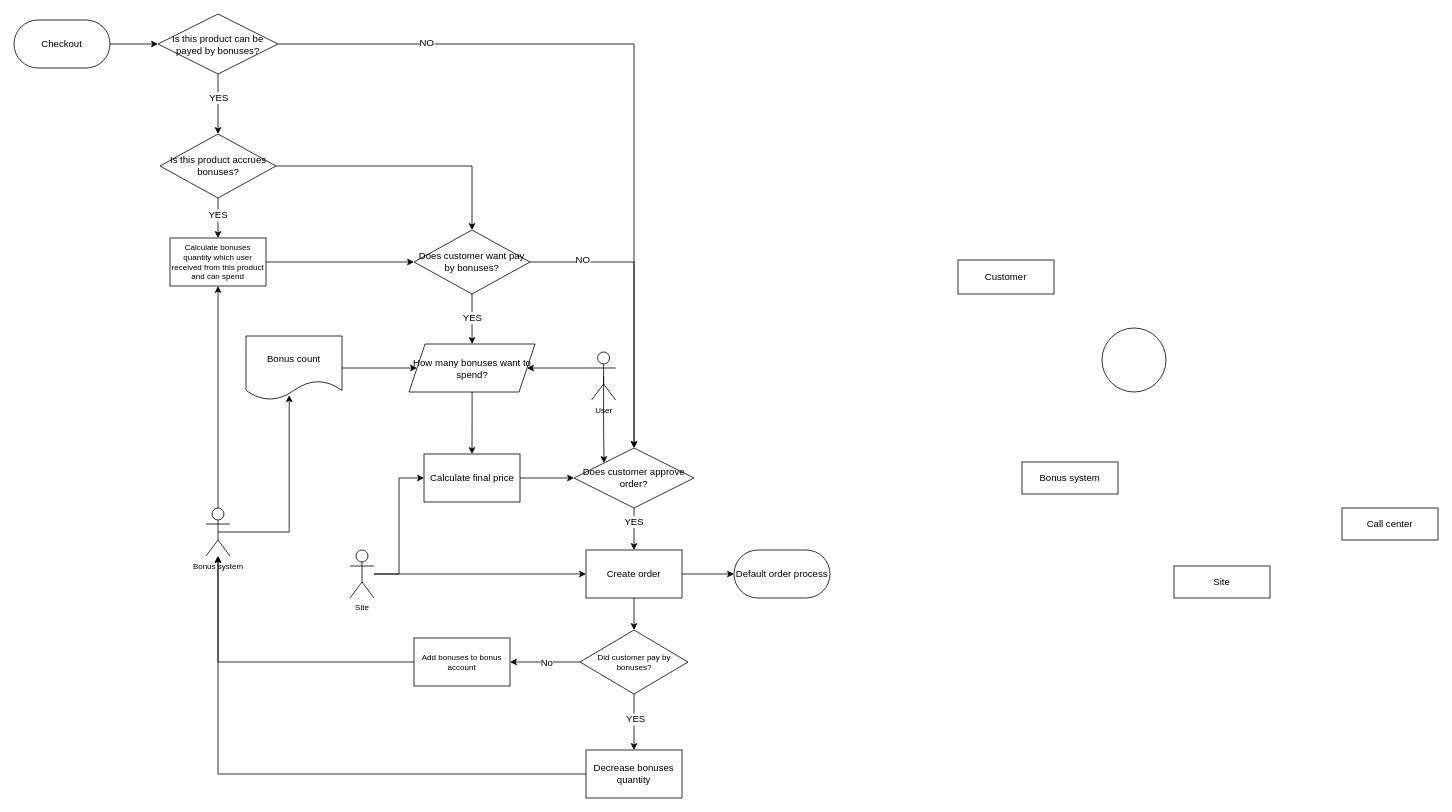
Above: block.drawio in incfl0w/drawio (draw.io), before the change. Source tidied: cells renumbered, new cells numbered last; positions are measured from the earlier drawing's top-left corner, leaving out a move shared by most shapes. Both pictures are drawn from the tidied source at 80%, with x=0, y=0 at pixel (14, 14).
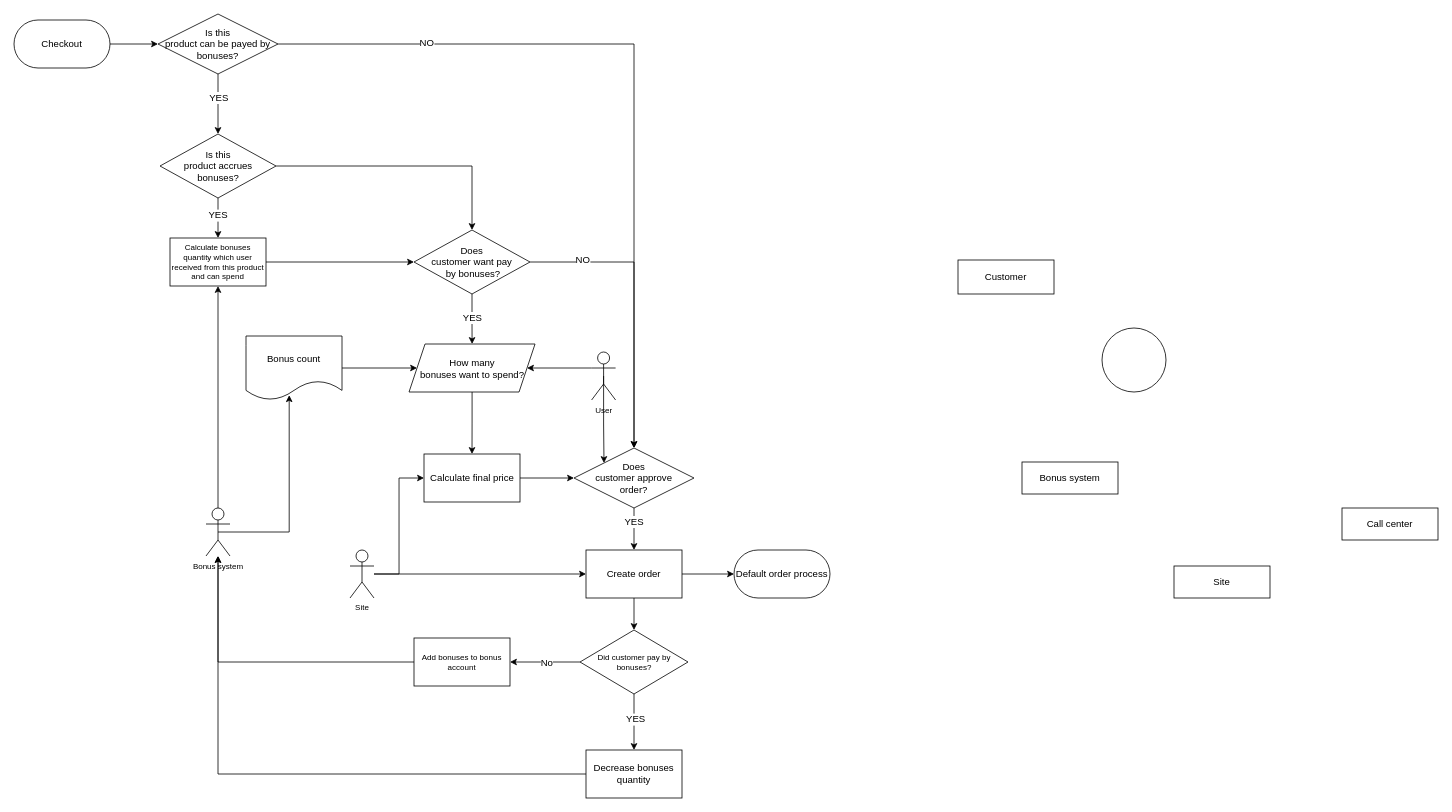
The same diagram, later.

Diff of the diagram source:
```diff
@@
-    <mxCell id="8" value="Is this product can be payed by bonuses?" style="rhombus;whiteSpace=wrap;html=1;fontSize=12;" parent="1" vertex="1">
+    <mxCell id="8" value="Is this &lt;br&gt;product can be payed by bonuses?" style="rhombus;whiteSpace=wrap;html=1;fontSize=12;" parent="1" vertex="1">
       <mxGeometry x="180" width="150" height="75" as="geometry" />
     </mxCell>
@@
-    <mxCell id="12" value="Is this product accrues bonuses?&lt;span data-lucid-content=&quot;{&amp;quot;t&amp;quot;:&amp;quot;Is this product accrues bonuses?&amp;quot;,&amp;quot;m&amp;quot;:[{&amp;quot;s&amp;quot;:0,&amp;quot;n&amp;quot;:&amp;quot;mt&amp;quot;,&amp;quot;v&amp;quot;:3.708},{&amp;quot;s&amp;quot;:0,&amp;quot;n&amp;quot;:&amp;quot;fl&amp;quot;,&amp;quot;v&amp;quot;:12.977},{&amp;quot;s&amp;quot;:0,&amp;quot;n&amp;quot;:&amp;quot;il&amp;quot;,&amp;quot;v&amp;quot;:12.977},{&amp;quot;s&amp;quot;:0,&amp;quot;n&amp;quot;:&amp;quot;ir&amp;quot;,&amp;quot;v&amp;quot;:12.977},{&amp;quot;s&amp;quot;:0,&amp;quot;n&amp;quot;:&amp;quot;a&amp;quot;,&amp;quot;v&amp;quot;:&amp;quot;center&amp;quot;},{&amp;quot;s&amp;quot;:0,&amp;quot;n&amp;quot;:&amp;quot;fc&amp;quot;,&amp;quot;v&amp;quot;:&amp;quot;Regular&amp;quot;,&amp;quot;e&amp;quot;:32},{&amp;quot;s&amp;quot;:0,&amp;quot;n&amp;quot;:&amp;quot;s&amp;quot;,&amp;quot;v&amp;quot;:18.022927923937758,&amp;quot;e&amp;quot;:32},{&amp;quot;s&amp;quot;:0,&amp;quot;n&amp;quot;:&amp;quot;c&amp;quot;,&amp;quot;v&amp;quot;:&amp;quot;#000000ff&amp;quot;,&amp;quot;e&amp;quot;:32}]}&quot; style=&quot;font-size: 12px;&quot;&gt;&lt;/span&gt;&lt;span data-lucid-content=&quot;{&amp;quot;t&amp;quot;:&amp;quot;Is this product accrues bonuses?&amp;quot;,&amp;quot;m&amp;quot;:[{&amp;quot;s&amp;quot;:0,&amp;quot;n&amp;quot;:&amp;quot;mt&amp;quot;,&amp;quot;v&amp;quot;:3.708},{&amp;quot;s&amp;quot;:0,&amp;quot;n&amp;quot;:&amp;quot;fl&amp;quot;,&amp;quot;v&amp;quot;:12.977},{&amp;quot;s&amp;quot;:0,&amp;quot;n&amp;quot;:&amp;quot;il&amp;quot;,&amp;quot;v&amp;quot;:12.977},{&amp;quot;s&amp;quot;:0,&amp;quot;n&amp;quot;:&amp;quot;ir&amp;quot;,&amp;quot;v&amp;quot;:12.977},{&amp;quot;s&amp;quot;:0,&amp;quot;n&amp;quot;:&amp;quot;a&amp;quot;,&amp;quot;v&amp;quot;:&amp;quot;center&amp;quot;},{&amp;quot;s&amp;quot;:0,&amp;quot;n&amp;quot;:&amp;quot;fc&amp;quot;,&amp;quot;v&amp;quot;:&amp;quot;Regular&amp;quot;,&amp;quot;e&amp;quot;:32},{&amp;quot;s&amp;quot;:0,&amp;quot;n&amp;quot;:&amp;quot;s&amp;quot;,&amp;quot;v&amp;quot;:18.022927923937758,&amp;quot;e&amp;quot;:32},{&amp;quot;s&amp;quot;:0,&amp;quot;n&amp;quot;:&amp;quot;c&amp;quot;,&amp;quot;v&amp;quot;:&amp;quot;#000000ff&amp;quot;,&amp;quot;e&amp;quot;:32}]}&quot; style=&quot;font-size: 12px;&quot;&gt;&lt;/span&gt;&lt;span data-lucid-content=&quot;{&amp;quot;t&amp;quot;:&amp;quot;Is this product accrues bonuses?&amp;quot;,&amp;quot;m&amp;quot;:[{&amp;quot;s&amp;quot;:0,&amp;quot;n&amp;quot;:&amp;quot;mt&amp;quot;,&amp;quot;v&amp;quot;:3.708},{&amp;quot;s&amp;quot;:0,&amp;quot;n&amp;quot;:&amp;quot;fl&amp;quot;,&amp;quot;v&amp;quot;:12.977},{&amp;quot;s&amp;quot;:0,&amp;quot;n&amp;quot;:&amp;quot;il&amp;quot;,&amp;quot;v&amp;quot;:12.977},{&amp;quot;s&amp;quot;:0,&amp;quot;n&amp;quot;:&amp;quot;ir&amp;quot;,&amp;quot;v&amp;quot;:12.977},{&amp;quot;s&amp;quot;:0,&amp;quot;n&amp;quot;:&amp;quot;a&amp;quot;,&amp;quot;v&amp;quot;:&amp;quot;center&amp;quot;},{&amp;quot;s&amp;quot;:0,&amp;quot;n&amp;quot;:&amp;quot;fc&amp;quot;,&amp;quot;v&amp;quot;:&amp;quot;Regular&amp;quot;,&amp;quot;e&amp;quot;:32},{&amp;quot;s&amp;quot;:0,&amp;quot;n&amp;quot;:&amp;quot;s&amp;quot;,&amp;quot;v&amp;quot;:18.022927923937758,&amp;quot;e&amp;quot;:32},{&amp;quot;s&amp;quot;:0,&amp;quot;n&amp;quot;:&amp;quot;c&amp;quot;,&amp;quot;v&amp;quot;:&amp;quot;#000000ff&amp;quot;,&amp;quot;e&amp;quot;:32}]}&quot; style=&quot;font-size: 12px;&quot;&gt;&lt;/span&gt;&lt;span data-lucid-content=&quot;{&amp;quot;t&amp;quot;:&amp;quot;Is this product accrues bonuses?&amp;quot;,&amp;quot;m&amp;quot;:[{&amp;quot;s&amp;quot;:0,&amp;quot;n&amp;quot;:&amp;quot;mt&amp;quot;,&amp;quot;v&amp;quot;:3.708},{&amp;quot;s&amp;quot;:0,&amp;quot;n&amp;quot;:&amp;quot;fl&amp;quot;,&amp;quot;v&amp;quot;:12.977},{&amp;quot;s&amp;quot;:0,&amp;quot;n&amp;quot;:&amp;quot;il&amp;quot;,&amp;quot;v&amp;quot;:12.977},{&amp;quot;s&amp;quot;:0,&amp;quot;n&amp;quot;:&amp;quot;ir&amp;quot;,&amp;quot;v&amp;quot;:12.977},{&amp;quot;s&amp;quot;:0,&amp;quot;n&amp;quot;:&amp;quot;a&amp;quot;,&amp;quot;v&amp;quot;:&amp;quot;center&amp;quot;},{&amp;quot;s&amp;quot;:0,&amp;quot;n&amp;quot;:&amp;quot;fc&amp;quot;,&amp;quot;v&amp;quot;:&amp;quot;Regular&amp;quot;,&amp;quot;e&amp;quot;:32},{&amp;quot;s&amp;quot;:0,&amp;quot;n&amp;quot;:&amp;quot;s&amp;quot;,&amp;quot;v&amp;quot;:18.022927923937758,&amp;quot;e&amp;quot;:32},{&amp;quot;s&amp;quot;:0,&amp;quot;n&amp;quot;:&amp;quot;c&amp;quot;,&amp;quot;v&amp;quot;:&amp;quot;#000000ff&amp;quot;,&amp;quot;e&amp;quot;:32}]}&quot; style=&quot;font-size: 12px;&quot;&gt;&lt;/span&gt;&lt;span data-lucid-content=&quot;{&amp;quot;t&amp;quot;:&amp;quot;Is this product accrues bonuses?&amp;quot;,&amp;quot;m&amp;quot;:[{&amp;quot;s&amp;quot;:0,&amp;quot;n&amp;quot;:&amp;quot;mt&amp;quot;,&amp;quot;v&amp;quot;:3.708},{&amp;quot;s&amp;quot;:0,&amp;quot;n&amp;quot;:&amp;quot;fl&amp;quot;,&amp;quot;v&amp;quot;:12.977},{&amp;quot;s&amp;quot;:0,&amp;quot;n&amp;quot;:&amp;quot;il&amp;quot;,&amp;quot;v&amp;quot;:12.977},{&amp;quot;s&amp;quot;:0,&amp;quot;n&amp;quot;:&amp;quot;ir&amp;quot;,&amp;quot;v&amp;quot;:12.977},{&amp;quot;s&amp;quot;:0,&amp;quot;n&amp;quot;:&amp;quot;a&amp;quot;,&amp;quot;v&amp;quot;:&amp;quot;center&amp;quot;},{&amp;quot;s&amp;quot;:0,&amp;quot;n&amp;quot;:&amp;quot;fc&amp;quot;,&amp;quot;v&amp;quot;:&amp;quot;Regular&amp;quot;,&amp;quot;e&amp;quot;:32},{&amp;quot;s&amp;quot;:0,&amp;quot;n&amp;quot;:&amp;quot;s&amp;quot;,&amp;quot;v&amp;quot;:18.022927923937758,&amp;quot;e&amp;quot;:32},{&amp;quot;s&amp;quot;:0,&amp;quot;n&amp;quot;:&amp;quot;c&amp;quot;,&amp;quot;v&amp;quot;:&amp;quot;#000000ff&amp;quot;,&amp;quot;e&amp;quot;:32}]}&quot; style=&quot;font-size: 12px;&quot;&gt;&lt;/span&gt;&lt;span data-lucid-content=&quot;{&amp;quot;t&amp;quot;:&amp;quot;Is this product accrues bonuses?&amp;quot;,&amp;quot;m&amp;quot;:[{&amp;quot;s&amp;quot;:0,&amp;quot;n&amp;quot;:&amp;quot;mt&amp;quot;,&amp;quot;v&amp;quot;:3.708},{&amp;quot;s&amp;quot;:0,&amp;quot;n&amp;quot;:&amp;quot;fl&amp;quot;,&amp;quot;v&amp;quot;:12.977},{&amp;quot;s&amp;quot;:0,&amp;quot;n&amp;quot;:&amp;quot;il&amp;quot;,&amp;quot;v&amp;quot;:12.977},{&amp;quot;s&amp;quot;:0,&amp;quot;n&amp;quot;:&amp;quot;ir&amp;quot;,&amp;quot;v&amp;quot;:12.977},{&amp;quot;s&amp;quot;:0,&amp;quot;n&amp;quot;:&amp;quot;a&amp;quot;,&amp;quot;v&amp;quot;:&amp;quot;center&amp;quot;},{&amp;quot;s&amp;quot;:0,&amp;quot;n&amp;quot;:&amp;quot;fc&amp;quot;,&amp;quot;v&amp;quot;:&amp;quot;Regular&amp;quot;,&amp;quot;e&amp;quot;:32},{&amp;quot;s&amp;quot;:0,&amp;quot;n&amp;quot;:&amp;quot;s&amp;quot;,&amp;quot;v&amp;quot;:18.022927923937758,&amp;quot;e&amp;quot;:32},{&amp;quot;s&amp;quot;:0,&amp;quot;n&amp;quot;:&amp;quot;c&amp;quot;,&amp;quot;v&amp;quot;:&amp;quot;#000000ff&amp;quot;,&amp;quot;e&amp;quot;:32}]}&quot; style=&quot;font-size: 12px;&quot;&gt;&lt;/span&gt;&lt;span data-lucid-content=&quot;{&amp;quot;t&amp;quot;:&amp;quot;Is this product accrues bonuses?&amp;quot;,&amp;quot;m&amp;quot;:[{&amp;quot;s&amp;quot;:0,&amp;quot;n&amp;quot;:&amp;quot;mt&amp;quot;,&amp;quot;v&amp;quot;:3.708},{&amp;quot;s&amp;quot;:0,&amp;quot;n&amp;quot;:&amp;quot;fl&amp;quot;,&amp;quot;v&amp;quot;:12.977},{&amp;quot;s&amp;quot;:0,&amp;quot;n&amp;quot;:&amp;quot;il&amp;quot;,&amp;quot;v&amp;quot;:12.977},{&amp;quot;s&amp;quot;:0,&amp;quot;n&amp;quot;:&amp;quot;ir&amp;quot;,&amp;quot;v&amp;quot;:12.977},{&amp;quot;s&amp;quot;:0,&amp;quot;n&amp;quot;:&amp;quot;a&amp;quot;,&amp;quot;v&amp;quot;:&amp;quot;center&amp;quot;},{&amp;quot;s&amp;quot;:0,&amp;quot;n&amp;quot;:&amp;quot;fc&amp;quot;,&amp;quot;v&amp;quot;:&amp;quot;Regular&amp;quot;,&amp;quot;e&amp;quot;:32},{&amp;quot;s&amp;quot;:0,&amp;quot;n&amp;quot;:&amp;quot;s&amp;quot;,&amp;quot;v&amp;quot;:18.022927923937758,&amp;quot;e&amp;quot;:32},{&amp;quot;s&amp;quot;:0,&amp;quot;n&amp;quot;:&amp;quot;c&amp;quot;,&amp;quot;v&amp;quot;:&amp;quot;#000000ff&amp;quot;,&amp;quot;e&amp;quot;:32}]}&quot; style=&quot;font-size: 12px;&quot;&gt;&lt;/span&gt;&lt;span data-lucid-content=&quot;{&amp;quot;t&amp;quot;:&amp;quot;Is this product accrues bonuses?&amp;quot;,&amp;quot;m&amp;quot;:[{&amp;quot;s&amp;quot;:0,&amp;quot;n&amp;quot;:&amp;quot;mt&amp;quot;,&amp;quot;v&amp;quot;:3.708},{&amp;quot;s&amp;quot;:0,&amp;quot;n&amp;quot;:&amp;quot;fl&amp;quot;,&amp;quot;v&amp;quot;:12.977},{&amp;quot;s&amp;quot;:0,&amp;quot;n&amp;quot;:&amp;quot;il&amp;quot;,&amp;quot;v&amp;quot;:12.977},{&amp;quot;s&amp;quot;:0,&amp;quot;n&amp;quot;:&amp;quot;ir&amp;quot;,&amp;quot;v&amp;quot;:12.977},{&amp;quot;s&amp;quot;:0,&amp;quot;n&amp;quot;:&amp;quot;a&amp;quot;,&amp;quot;v&amp;quot;:&amp;quot;center&amp;quot;},{&amp;quot;s&amp;quot;:0,&amp;quot;n&amp;quot;:&amp;quot;fc&amp;quot;,&amp;quot;v&amp;quot;:&amp;quot;Regular&amp;quot;,&amp;quot;e&amp;quot;:32},{&amp;quot;s&amp;quot;:0,&amp;quot;n&amp;quot;:&amp;quot;s&amp;quot;,&amp;quot;v&amp;quot;:18.022927923937758,&amp;quot;e&amp;quot;:32},{&amp;quot;s&amp;quot;:0,&amp;quot;n&amp;quot;:&amp;quot;c&amp;quot;,&amp;quot;v&amp;quot;:&amp;quot;#000000ff&amp;quot;,&amp;quot;e&amp;quot;:32}]}&quot; style=&quot;font-size: 12px;&quot;&gt;&lt;/span&gt;" style="rhombus;whiteSpace=wrap;html=1;fontSize=12;" parent="1" vertex="1">
+    <mxCell id="12" value="Is this &lt;br&gt;product accrues &lt;br&gt;bonuses?&lt;span data-lucid-content=&quot;{&amp;quot;t&amp;quot;:&amp;quot;Is this product accrues bonuses?&amp;quot;,&amp;quot;m&amp;quot;:[{&amp;quot;s&amp;quot;:0,&amp;quot;n&amp;quot;:&amp;quot;mt&amp;quot;,&amp;quot;v&amp;quot;:3.708},{&amp;quot;s&amp;quot;:0,&amp;quot;n&amp;quot;:&amp;quot;fl&amp;quot;,&amp;quot;v&amp;quot;:12.977},{&amp;quot;s&amp;quot;:0,&amp;quot;n&amp;quot;:&amp;quot;il&amp;quot;,&amp;quot;v&amp;quot;:12.977},{&amp;quot;s&amp;quot;:0,&amp;quot;n&amp;quot;:&amp;quot;ir&amp;quot;,&amp;quot;v&amp;quot;:12.977},{&amp;quot;s&amp;quot;:0,&amp;quot;n&amp;quot;:&amp;quot;a&amp;quot;,&amp;quot;v&amp;quot;:&amp;quot;center&amp;quot;},{&amp;quot;s&amp;quot;:0,&amp;quot;n&amp;quot;:&amp;quot;fc&amp;quot;,&amp;quot;v&amp;quot;:&amp;quot;Regular&amp;quot;,&amp;quot;e&amp;quot;:32},{&amp;quot;s&amp;quot;:0,&amp;quot;n&amp;quot;:&amp;quot;s&amp;quot;,&amp;quot;v&amp;quot;:18.022927923937758,&amp;quot;e&amp;quot;:32},{&amp;quot;s&amp;quot;:0,&amp;quot;n&amp;quot;:&amp;quot;c&amp;quot;,&amp;quot;v&amp;quot;:&amp;quot;#000000ff&amp;quot;,&amp;quot;e&amp;quot;:32}]}&quot; style=&quot;font-size: 12px;&quot;&gt;&lt;/span&gt;&lt;span data-lucid-content=&quot;{&amp;quot;t&amp;quot;:&amp;quot;Is this product accrues bonuses?&amp;quot;,&amp;quot;m&amp;quot;:[{&amp;quot;s&amp;quot;:0,&amp;quot;n&amp;quot;:&amp;quot;mt&amp;quot;,&amp;quot;v&amp;quot;:3.708},{&amp;quot;s&amp;quot;:0,&amp;quot;n&amp;quot;:&amp;quot;fl&amp;quot;,&amp;quot;v&amp;quot;:12.977},{&amp;quot;s&amp;quot;:0,&amp;quot;n&amp;quot;:&amp;quot;il&amp;quot;,&amp;quot;v&amp;quot;:12.977},{&amp;quot;s&amp;quot;:0,&amp;quot;n&amp;quot;:&amp;quot;ir&amp;quot;,&amp;quot;v&amp;quot;:12.977},{&amp;quot;s&amp;quot;:0,&amp;quot;n&amp;quot;:&amp;quot;a&amp;quot;,&amp;quot;v&amp;quot;:&amp;quot;center&amp;quot;},{&amp;quot;s&amp;quot;:0,&amp;quot;n&amp;quot;:&amp;quot;fc&amp;quot;,&amp;quot;v&amp;quot;:&amp;quot;Regular&amp;quot;,&amp;quot;e&amp;quot;:32},{&amp;quot;s&amp;quot;:0,&amp;quot;n&amp;quot;:&amp;quot;s&amp;quot;,&amp;quot;v&amp;quot;:18.022927923937758,&amp;quot;e&amp;quot;:32},{&amp;quot;s&amp;quot;:0,&amp;quot;n&amp;quot;:&amp;quot;c&amp;quot;,&amp;quot;v&amp;quot;:&amp;quot;#000000ff&amp;quot;,&amp;quot;e&amp;quot;:32}]}&quot; style=&quot;font-size: 12px;&quot;&gt;&lt;/span&gt;&lt;span data-lucid-content=&quot;{&amp;quot;t&amp;quot;:&amp;quot;Is this product accrues bonuses?&amp;quot;,&amp;quot;m&amp;quot;:[{&amp;quot;s&amp;quot;:0,&amp;quot;n&amp;quot;:&amp;quot;mt&amp;quot;,&amp;quot;v&amp;quot;:3.708},{&amp;quot;s&amp;quot;:0,&amp;quot;n&amp;quot;:&amp;quot;fl&amp;quot;,&amp;quot;v&amp;quot;:12.977},{&amp;quot;s&amp;quot;:0,&amp;quot;n&amp;quot;:&amp;quot;il&amp;quot;,&amp;quot;v&amp;quot;:12.977},{&amp;quot;s&amp;quot;:0,&amp;quot;n&amp;quot;:&amp;quot;ir&amp;quot;,&amp;quot;v&amp;quot;:12.977},{&amp;quot;s&amp;quot;:0,&amp;quot;n&amp;quot;:&amp;quot;a&amp;quot;,&amp;quot;v&amp;quot;:&amp;quot;center&amp;quot;},{&amp;quot;s&amp;quot;:0,&amp;quot;n&amp;quot;:&amp;quot;fc&amp;quot;,&amp;quot;v&amp;quot;:&amp;quot;Regular&amp;quot;,&amp;quot;e&amp;quot;:32},{&amp;quot;s&amp;quot;:0,&amp;quot;n&amp;quot;:&amp;quot;s&amp;quot;,&amp;quot;v&amp;quot;:18.022927923937758,&amp;quot;e&amp;quot;:32},{&amp;quot;s&amp;quot;:0,&amp;quot;n&amp;quot;:&amp;quot;c&amp;quot;,&amp;quot;v&amp;quot;:&amp;quot;#000000ff&amp;quot;,&amp;quot;e&amp;quot;:32}]}&quot; style=&quot;font-size: 12px;&quot;&gt;&lt;/span&gt;&lt;span data-lucid-content=&quot;{&amp;quot;t&amp;quot;:&amp;quot;Is this product accrues bonuses?&amp;quot;,&amp;quot;m&amp;quot;:[{&amp;quot;s&amp;quot;:0,&amp;quot;n&amp;quot;:&amp;quot;mt&amp;quot;,&amp;quot;v&amp;quot;:3.708},{&amp;quot;s&amp;quot;:0,&amp;quot;n&amp;quot;:&amp;quot;fl&amp;quot;,&amp;quot;v&amp;quot;:12.977},{&amp;quot;s&amp;quot;:0,&amp;quot;n&amp;quot;:&amp;quot;il&amp;quot;,&amp;quot;v&amp;quot;:12.977},{&amp;quot;s&amp;quot;:0,&amp;quot;n&amp;quot;:&amp;quot;ir&amp;quot;,&amp;quot;v&amp;quot;:12.977},{&amp;quot;s&amp;quot;:0,&amp;quot;n&amp;quot;:&amp;quot;a&amp;quot;,&amp;quot;v&amp;quot;:&amp;quot;center&amp;quot;},{&amp;quot;s&amp;quot;:0,&amp;quot;n&amp;quot;:&amp;quot;fc&amp;quot;,&amp;quot;v&amp;quot;:&amp;quot;Regular&amp;quot;,&amp;quot;e&amp;quot;:32},{&amp;quot;s&amp;quot;:0,&amp;quot;n&amp;quot;:&amp;quot;s&amp;quot;,&amp;quot;v&amp;quot;:18.022927923937758,&amp;quot;e&amp;quot;:32},{&amp;quot;s&amp;quot;:0,&amp;quot;n&amp;quot;:&amp;quot;c&amp;quot;,&amp;quot;v&amp;quot;:&amp;quot;#000000ff&amp;quot;,&amp;quot;e&amp;quot;:32}]}&quot; style=&quot;font-size: 12px;&quot;&gt;&lt;/span&gt;&lt;span data-lucid-content=&quot;{&amp;quot;t&amp;quot;:&amp;quot;Is this product accrues bonuses?&amp;quot;,&amp;quot;m&amp;quot;:[{&amp;quot;s&amp;quot;:0,&amp;quot;n&amp;quot;:&amp;quot;mt&amp;quot;,&amp;quot;v&amp;quot;:3.708},{&amp;quot;s&amp;quot;:0,&amp;quot;n&amp;quot;:&amp;quot;fl&amp;quot;,&amp;quot;v&amp;quot;:12.977},{&amp;quot;s&amp;quot;:0,&amp;quot;n&amp;quot;:&amp;quot;il&amp;quot;,&amp;quot;v&amp;quot;:12.977},{&amp;quot;s&amp;quot;:0,&amp;quot;n&amp;quot;:&amp;quot;ir&amp;quot;,&amp;quot;v&amp;quot;:12.977},{&amp;quot;s&amp;quot;:0,&amp;quot;n&amp;quot;:&amp;quot;a&amp;quot;,&amp;quot;v&amp;quot;:&amp;quot;center&amp;quot;},{&amp;quot;s&amp;quot;:0,&amp;quot;n&amp;quot;:&amp;quot;fc&amp;quot;,&amp;quot;v&amp;quot;:&amp;quot;Regular&amp;quot;,&amp;quot;e&amp;quot;:32},{&amp;quot;s&amp;quot;:0,&amp;quot;n&amp;quot;:&amp;quot;s&amp;quot;,&amp;quot;v&amp;quot;:18.022927923937758,&amp;quot;e&amp;quot;:32},{&amp;quot;s&amp;quot;:0,&amp;quot;n&amp;quot;:&amp;quot;c&amp;quot;,&amp;quot;v&amp;quot;:&amp;quot;#000000ff&amp;quot;,&amp;quot;e&amp;quot;:32}]}&quot; style=&quot;font-size: 12px;&quot;&gt;&lt;/span&gt;&lt;span data-lucid-content=&quot;{&amp;quot;t&amp;quot;:&amp;quot;Is this product accrues bonuses?&amp;quot;,&amp;quot;m&amp;quot;:[{&amp;quot;s&amp;quot;:0,&amp;quot;n&amp;quot;:&amp;quot;mt&amp;quot;,&amp;quot;v&amp;quot;:3.708},{&amp;quot;s&amp;quot;:0,&amp;quot;n&amp;quot;:&amp;quot;fl&amp;quot;,&amp;quot;v&amp;quot;:12.977},{&amp;quot;s&amp;quot;:0,&amp;quot;n&amp;quot;:&amp;quot;il&amp;quot;,&amp;quot;v&amp;quot;:12.977},{&amp;quot;s&amp;quot;:0,&amp;quot;n&amp;quot;:&amp;quot;ir&amp;quot;,&amp;quot;v&amp;quot;:12.977},{&amp;quot;s&amp;quot;:0,&amp;quot;n&amp;quot;:&amp;quot;a&amp;quot;,&amp;quot;v&amp;quot;:&amp;quot;center&amp;quot;},{&amp;quot;s&amp;quot;:0,&amp;quot;n&amp;quot;:&amp;quot;fc&amp;quot;,&amp;quot;v&amp;quot;:&amp;quot;Regular&amp;quot;,&amp;quot;e&amp;quot;:32},{&amp;quot;s&amp;quot;:0,&amp;quot;n&amp;quot;:&amp;quot;s&amp;quot;,&amp;quot;v&amp;quot;:18.022927923937758,&amp;quot;e&amp;quot;:32},{&amp;quot;s&amp;quot;:0,&amp;quot;n&amp;quot;:&amp;quot;c&amp;quot;,&amp;quot;v&amp;quot;:&amp;quot;#000000ff&amp;quot;,&amp;quot;e&amp;quot;:32}]}&quot; style=&quot;font-size: 12px;&quot;&gt;&lt;/span&gt;&lt;span data-lucid-content=&quot;{&amp;quot;t&amp;quot;:&amp;quot;Is this product accrues bonuses?&amp;quot;,&amp;quot;m&amp;quot;:[{&amp;quot;s&amp;quot;:0,&amp;quot;n&amp;quot;:&amp;quot;mt&amp;quot;,&amp;quot;v&amp;quot;:3.708},{&amp;quot;s&amp;quot;:0,&amp;quot;n&amp;quot;:&amp;quot;fl&amp;quot;,&amp;quot;v&amp;quot;:12.977},{&amp;quot;s&amp;quot;:0,&amp;quot;n&amp;quot;:&amp;quot;il&amp;quot;,&amp;quot;v&amp;quot;:12.977},{&amp;quot;s&amp;quot;:0,&amp;quot;n&amp;quot;:&amp;quot;ir&amp;quot;,&amp;quot;v&amp;quot;:12.977},{&amp;quot;s&amp;quot;:0,&amp;quot;n&amp;quot;:&amp;quot;a&amp;quot;,&amp;quot;v&amp;quot;:&amp;quot;center&amp;quot;},{&amp;quot;s&amp;quot;:0,&amp;quot;n&amp;quot;:&amp;quot;fc&amp;quot;,&amp;quot;v&amp;quot;:&amp;quot;Regular&amp;quot;,&amp;quot;e&amp;quot;:32},{&amp;quot;s&amp;quot;:0,&amp;quot;n&amp;quot;:&amp;quot;s&amp;quot;,&amp;quot;v&amp;quot;:18.022927923937758,&amp;quot;e&amp;quot;:32},{&amp;quot;s&amp;quot;:0,&amp;quot;n&amp;quot;:&amp;quot;c&amp;quot;,&amp;quot;v&amp;quot;:&amp;quot;#000000ff&amp;quot;,&amp;quot;e&amp;quot;:32}]}&quot; style=&quot;font-size: 12px;&quot;&gt;&lt;/span&gt;&lt;span data-lucid-content=&quot;{&amp;quot;t&amp;quot;:&amp;quot;Is this product accrues bonuses?&amp;quot;,&amp;quot;m&amp;quot;:[{&amp;quot;s&amp;quot;:0,&amp;quot;n&amp;quot;:&amp;quot;mt&amp;quot;,&amp;quot;v&amp;quot;:3.708},{&amp;quot;s&amp;quot;:0,&amp;quot;n&amp;quot;:&amp;quot;fl&amp;quot;,&amp;quot;v&amp;quot;:12.977},{&amp;quot;s&amp;quot;:0,&amp;quot;n&amp;quot;:&amp;quot;il&amp;quot;,&amp;quot;v&amp;quot;:12.977},{&amp;quot;s&amp;quot;:0,&amp;quot;n&amp;quot;:&amp;quot;ir&amp;quot;,&amp;quot;v&amp;quot;:12.977},{&amp;quot;s&amp;quot;:0,&amp;quot;n&amp;quot;:&amp;quot;a&amp;quot;,&amp;quot;v&amp;quot;:&amp;quot;center&amp;quot;},{&amp;quot;s&amp;quot;:0,&amp;quot;n&amp;quot;:&amp;quot;fc&amp;quot;,&amp;quot;v&amp;quot;:&amp;quot;Regular&amp;quot;,&amp;quot;e&amp;quot;:32},{&amp;quot;s&amp;quot;:0,&amp;quot;n&amp;quot;:&amp;quot;s&amp;quot;,&amp;quot;v&amp;quot;:18.022927923937758,&amp;quot;e&amp;quot;:32},{&amp;quot;s&amp;quot;:0,&amp;quot;n&amp;quot;:&amp;quot;c&amp;quot;,&amp;quot;v&amp;quot;:&amp;quot;#000000ff&amp;quot;,&amp;quot;e&amp;quot;:32}]}&quot; style=&quot;font-size: 12px;&quot;&gt;&lt;/span&gt;" style="rhombus;whiteSpace=wrap;html=1;fontSize=12;" parent="1" vertex="1">
       <mxGeometry x="182.5" y="150" width="145" height="80" as="geometry" />
     </mxCell>
@@
-    <mxCell id="17" value="Does customer want pay by bonuses?&lt;span data-lucid-content=&quot;{&amp;quot;t&amp;quot;:&amp;quot;Is this product accrues bonuses?&amp;quot;,&amp;quot;m&amp;quot;:[{&amp;quot;s&amp;quot;:0,&amp;quot;n&amp;quot;:&amp;quot;mt&amp;quot;,&amp;quot;v&amp;quot;:3.708},{&amp;quot;s&amp;quot;:0,&amp;quot;n&amp;quot;:&amp;quot;fl&amp;quot;,&amp;quot;v&amp;quot;:12.977},{&amp;quot;s&amp;quot;:0,&amp;quot;n&amp;quot;:&amp;quot;il&amp;quot;,&amp;quot;v&amp;quot;:12.977},{&amp;quot;s&amp;quot;:0,&amp;quot;n&amp;quot;:&amp;quot;ir&amp;quot;,&amp;quot;v&amp;quot;:12.977},{&amp;quot;s&amp;quot;:0,&amp;quot;n&amp;quot;:&amp;quot;a&amp;quot;,&amp;quot;v&amp;quot;:&amp;quot;center&amp;quot;},{&amp;quot;s&amp;quot;:0,&amp;quot;n&amp;quot;:&amp;quot;fc&amp;quot;,&amp;quot;v&amp;quot;:&amp;quot;Regular&amp;quot;,&amp;quot;e&amp;quot;:32},{&amp;quot;s&amp;quot;:0,&amp;quot;n&amp;quot;:&amp;quot;s&amp;quot;,&amp;quot;v&amp;quot;:18.022927923937758,&amp;quot;e&amp;quot;:32},{&amp;quot;s&amp;quot;:0,&amp;quot;n&amp;quot;:&amp;quot;c&amp;quot;,&amp;quot;v&amp;quot;:&amp;quot;#000000ff&amp;quot;,&amp;quot;e&amp;quot;:32}]}&quot; style=&quot;font-size: 12px;&quot;&gt;&lt;/span&gt;" style="rhombus;whiteSpace=wrap;html=1;fontSize=12;" parent="1" vertex="1">
+    <mxCell id="17" value="Does &lt;br&gt;customer want pay&lt;br&gt;&amp;nbsp;by bonuses?&lt;span data-lucid-content=&quot;{&amp;quot;t&amp;quot;:&amp;quot;Is this product accrues bonuses?&amp;quot;,&amp;quot;m&amp;quot;:[{&amp;quot;s&amp;quot;:0,&amp;quot;n&amp;quot;:&amp;quot;mt&amp;quot;,&amp;quot;v&amp;quot;:3.708},{&amp;quot;s&amp;quot;:0,&amp;quot;n&amp;quot;:&amp;quot;fl&amp;quot;,&amp;quot;v&amp;quot;:12.977},{&amp;quot;s&amp;quot;:0,&amp;quot;n&amp;quot;:&amp;quot;il&amp;quot;,&amp;quot;v&amp;quot;:12.977},{&amp;quot;s&amp;quot;:0,&amp;quot;n&amp;quot;:&amp;quot;ir&amp;quot;,&amp;quot;v&amp;quot;:12.977},{&amp;quot;s&amp;quot;:0,&amp;quot;n&amp;quot;:&amp;quot;a&amp;quot;,&amp;quot;v&amp;quot;:&amp;quot;center&amp;quot;},{&amp;quot;s&amp;quot;:0,&amp;quot;n&amp;quot;:&amp;quot;fc&amp;quot;,&amp;quot;v&amp;quot;:&amp;quot;Regular&amp;quot;,&amp;quot;e&amp;quot;:32},{&amp;quot;s&amp;quot;:0,&amp;quot;n&amp;quot;:&amp;quot;s&amp;quot;,&amp;quot;v&amp;quot;:18.022927923937758,&amp;quot;e&amp;quot;:32},{&amp;quot;s&amp;quot;:0,&amp;quot;n&amp;quot;:&amp;quot;c&amp;quot;,&amp;quot;v&amp;quot;:&amp;quot;#000000ff&amp;quot;,&amp;quot;e&amp;quot;:32}]}&quot; style=&quot;font-size: 12px;&quot;&gt;&lt;/span&gt;" style="rhombus;whiteSpace=wrap;html=1;fontSize=12;" parent="1" vertex="1">
       <mxGeometry x="500" y="270" width="145" height="80" as="geometry" />
     </mxCell>
@@
-    <mxCell id="21" value="How many bonuses want to spend?" style="shape=parallelogram;perimeter=parallelogramPerimeter;whiteSpace=wrap;html=1;fixedSize=1;fontSize=12;" parent="1" vertex="1">
+    <mxCell id="21" value="How many &lt;br&gt;bonuses want to spend?" style="shape=parallelogram;perimeter=parallelogramPerimeter;whiteSpace=wrap;html=1;fixedSize=1;fontSize=12;" parent="1" vertex="1">
       <mxGeometry x="493.8" y="412.5" width="157.5" height="60" as="geometry" />
     </mxCell>
@@
-    <mxCell id="26" value="Does customer approve order?" style="rhombus;whiteSpace=wrap;html=1;fontSize=12;" parent="1" vertex="1">
+    <mxCell id="26" value="Does &lt;br&gt;customer approve &lt;br&gt;order?" style="rhombus;whiteSpace=wrap;html=1;fontSize=12;" parent="1" vertex="1">
       <mxGeometry x="700" y="542.5" width="150" height="75" as="geometry" />
     </mxCell>
```
